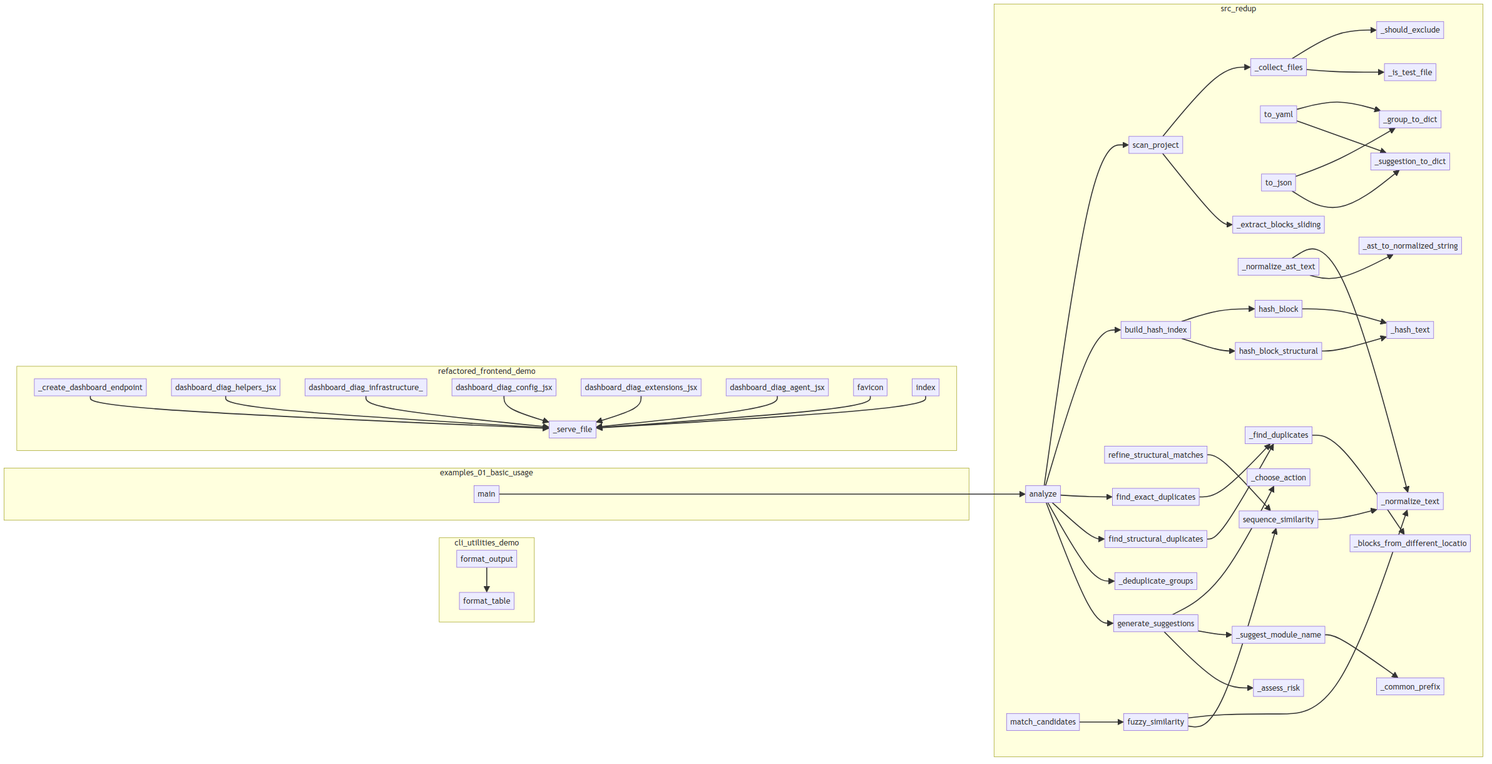
Before: project/calls.png, a diagram exported from Mermaid (semcod/redup). Its source is kept beside it as project/calls.mmd. The source it was exported from:
```mermaid
flowchart LR
    subgraph cli_utilities_demo
        cli_utilities_demo__format_table["format_table"]
        cli_utilities_demo__format_output["format_output"]
    end
    subgraph examples_01_basic_usage
        examples__01_basic_usage__main["main"]
    end
    subgraph refactored_frontend_demo
        refactored_frontend_demo___create_dashboard_endpoi["_create_dashboard_endpoint"]
        refactored_frontend_demo__dashboard_diag_config_js["dashboard_diag_config_jsx"]
        refactored_frontend_demo__dashboard_diag_infrastru["dashboard_diag_infrastructure_"]
        refactored_frontend_demo__dashboard_diag_helpers_j["dashboard_diag_helpers_jsx"]
        refactored_frontend_demo__favicon["favicon"]
        refactored_frontend_demo__dashboard_diag_agent_jsx["dashboard_diag_agent_jsx"]
        refactored_frontend_demo___serve_file["_serve_file"]
        refactored_frontend_demo__index["index"]
        refactored_frontend_demo__dashboard_diag_extension["dashboard_diag_extensions_jsx"]
    end
    subgraph src_redup
        src__find_structural_duplicates["find_structural_duplicates"]
        src__redup__core__hasher__build_hash_index["build_hash_index"]
        src__redup__core__pipeline___deduplicate_groups["_deduplicate_groups"]
        src__redup__core__planner__generate_suggestions["generate_suggestions"]
        src__redup__core__hasher__find_exact_duplicates["find_exact_duplicates"]
        src__redup__core__pipeline__analyze["analyze"]
        src__redup__core__hasher__hash_block["hash_block"]
        src___suggestion_to_dict["_suggestion_to_dict"]
        src__redup__core__scanner___collect_files["_collect_files"]
        src___group_to_dict["_group_to_dict"]
        src__redup__core__planner___choose_action["_choose_action"]
        src__redup__core__planner___assess_risk["_assess_risk"]
        src__redup__reporters__json_reporter__to_json["to_json"]
        src__redup__core__scanner__scan_project["scan_project"]
        src__redup__core__matcher__match_candidates["match_candidates"]
        src__redup__core__planner___suggest_module_name["_suggest_module_name"]
        src__redup__core__hasher__hash_block_structural["hash_block_structural"]
        src__redup__core__hasher___hash_text["_hash_text"]
        src__redup__core__matcher__sequence_similarity["sequence_similarity"]
        src__redup__core__scanner___is_test_file["_is_test_file"]
        src__redup__core__hasher___normalize_text["_normalize_text"]
        src___blocks_from_different_locations["_blocks_from_different_locatio"]
        src__redup__core__scanner___extract_blocks_sliding["_extract_blocks_sliding"]
        src__redup__core__scanner___should_exclude["_should_exclude"]
        src__redup__core__matcher__fuzzy_similarity["fuzzy_similarity"]
        src__redup__core__planner___common_prefix["_common_prefix"]
        src__redup__core__hasher___normalize_ast_text["_normalize_ast_text"]
        src__redup__core__hasher___find_duplicates["_find_duplicates"]
        src__refine_structural_matches["refine_structural_matches"]
        src__redup__reporters__yaml_reporter__to_yaml["to_yaml"]
        src___ast_to_normalized_string["_ast_to_normalized_string"]
    end
    examples__01_basic_usage__main --> src__redup__core__pipeline__analyze
    refactored_frontend_demo___create_dashboard_endpoi --> refactored_frontend_demo___serve_file
    refactored_frontend_demo__dashboard_diag_helpers_j --> refactored_frontend_demo___serve_file
    refactored_frontend_demo__dashboard_diag_infrastru --> refactored_frontend_demo___serve_file
    refactored_frontend_demo__dashboard_diag_config_js --> refactored_frontend_demo___serve_file
    refactored_frontend_demo__dashboard_diag_extension --> refactored_frontend_demo___serve_file
    refactored_frontend_demo__dashboard_diag_agent_jsx --> refactored_frontend_demo___serve_file
    refactored_frontend_demo__favicon --> refactored_frontend_demo___serve_file
    refactored_frontend_demo__index --> refactored_frontend_demo___serve_file
    cli_utilities_demo__format_output --> cli_utilities_demo__format_table
    src__redup__core__planner___suggest_module_name --> src__redup__core__planner___common_prefix
    src__redup__core__planner__generate_suggestions --> src__redup__core__planner___choose_action
    src__redup__core__planner__generate_suggestions --> src__redup__core__planner___suggest_module_name
    src__redup__core__planner__generate_suggestions --> src__redup__core__planner___assess_risk
    src__redup__core__pipeline__analyze --> src__redup__core__scanner__scan_project
    src__redup__core__pipeline__analyze --> src__redup__core__hasher__build_hash_index
    src__redup__core__pipeline__analyze --> src__redup__core__hasher__find_exact_duplicates
    src__redup__core__pipeline__analyze --> src__find_structural_duplicates
    src__redup__core__pipeline__analyze --> src__redup__core__pipeline___deduplicate_groups
    src__redup__core__pipeline__analyze --> src__redup__core__planner__generate_suggestions
    src__redup__reporters__json_reporter__to_json --> src___group_to_dict
    src__redup__reporters__json_reporter__to_json --> src___suggestion_to_dict
    src__redup__reporters__yaml_reporter__to_yaml --> src___group_to_dict
    src__redup__reporters__yaml_reporter__to_yaml --> src___suggestion_to_dict
    src__redup__core__scanner___collect_files --> src__redup__core__scanner___should_exclude
    src__redup__core__scanner___collect_files --> src__redup__core__scanner___is_test_file
    src__redup__core__scanner__scan_project --> src__redup__core__scanner___collect_files
    src__redup__core__scanner__scan_project --> src__redup__core__scanner___extract_blocks_sliding
    src__redup__core__matcher__sequence_similarity --> src__redup__core__hasher___normalize_text
    src__redup__core__matcher__fuzzy_similarity --> src__redup__core__hasher___normalize_text
    src__redup__core__matcher__fuzzy_similarity --> src__redup__core__matcher__sequence_similarity
    src__redup__core__matcher__match_candidates --> src__redup__core__matcher__fuzzy_similarity
    src__refine_structural_matches --> src__redup__core__matcher__sequence_similarity
    src__redup__core__hasher___normalize_ast_text --> src__redup__core__hasher___normalize_text
    src__redup__core__hasher___normalize_ast_text --> src___ast_to_normalized_string
    src__redup__core__hasher__hash_block --> src__redup__core__hasher___hash_text
    src__redup__core__hasher__hash_block_structural --> src__redup__core__hasher___hash_text
    src__redup__core__hasher__build_hash_index --> src__redup__core__hasher__hash_block
    src__redup__core__hasher__build_hash_index --> src__redup__core__hasher__hash_block_structural
    src__redup__core__hasher___find_duplicates --> src___blocks_from_different_locations
    src__redup__core__hasher__find_exact_duplicates --> src__redup__core__hasher___find_duplicates
    src__find_structural_duplicates --> src__redup__core__hasher___find_duplicates
```
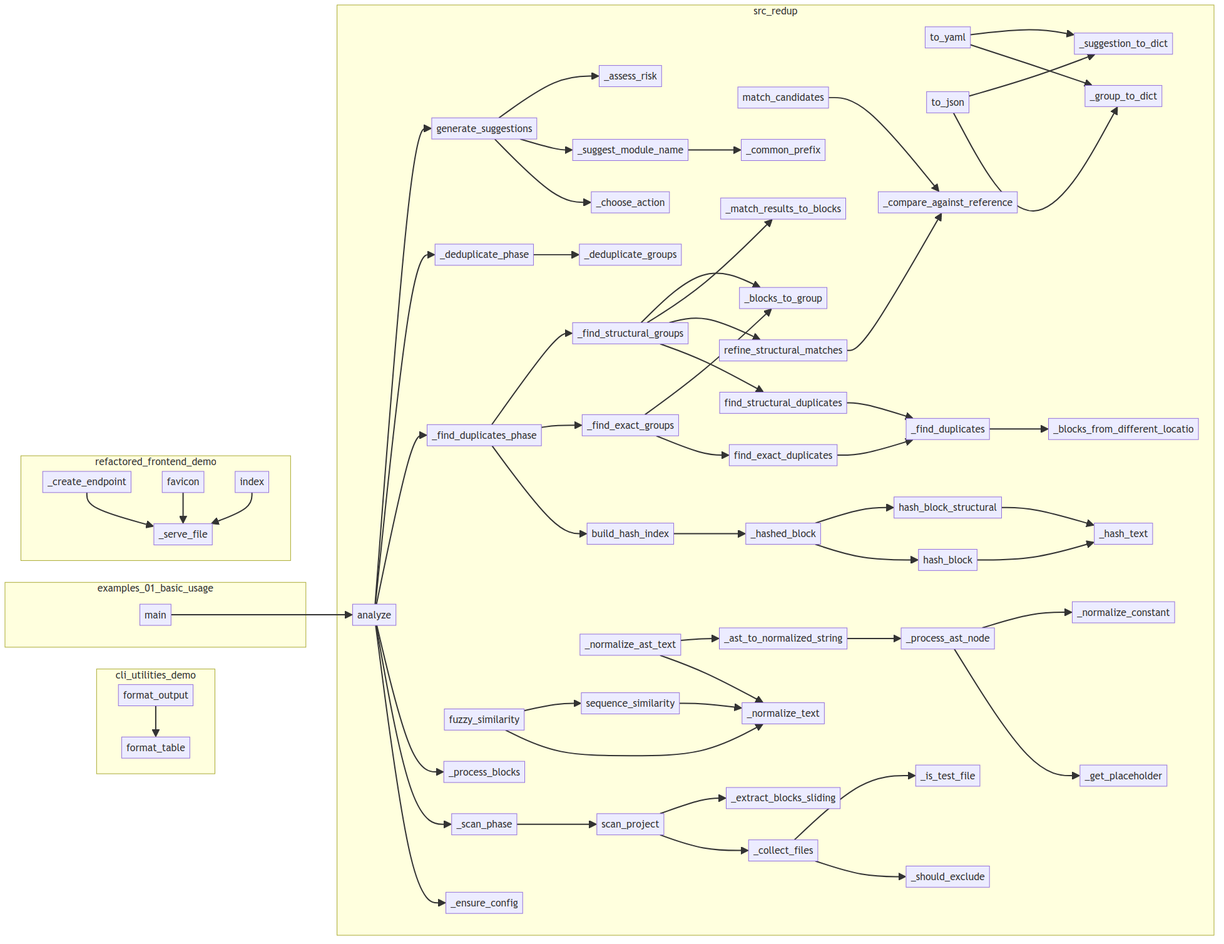
Later version of the same file.

The edit, as a diff of the source:
```diff
@@ -7,56 +7,60 @@
         examples__01_basic_usage__main["main"]
     end
     subgraph refactored_frontend_demo
-        refactored_frontend_demo___create_dashboard_endpoi["_create_dashboard_endpoint"]
-        refactored_frontend_demo__dashboard_diag_config_js["dashboard_diag_config_jsx"]
-        refactored_frontend_demo__dashboard_diag_infrastru["dashboard_diag_infrastructure_"]
-        refactored_frontend_demo__dashboard_diag_helpers_j["dashboard_diag_helpers_jsx"]
-        refactored_frontend_demo__favicon["favicon"]
-        refactored_frontend_demo__dashboard_diag_agent_jsx["dashboard_diag_agent_jsx"]
         refactored_frontend_demo___serve_file["_serve_file"]
         refactored_frontend_demo__index["index"]
-        refactored_frontend_demo__dashboard_diag_extension["dashboard_diag_extensions_jsx"]
+        refactored_frontend_demo__favicon["favicon"]
+        refactored_frontend_demo___create_endpoint["_create_endpoint"]
     end
     subgraph src_redup
-        src__find_structural_duplicates["find_structural_duplicates"]
-        src__redup__core__hasher__build_hash_index["build_hash_index"]
-        src__redup__core__pipeline___deduplicate_groups["_deduplicate_groups"]
-        src__redup__core__planner__generate_suggestions["generate_suggestions"]
-        src__redup__core__hasher__find_exact_duplicates["find_exact_duplicates"]
-        src__redup__core__pipeline__analyze["analyze"]
-        src__redup__core__hasher__hash_block["hash_block"]
-        src___suggestion_to_dict["_suggestion_to_dict"]
-        src__redup__core__scanner___collect_files["_collect_files"]
-        src___group_to_dict["_group_to_dict"]
-        src__redup__core__planner___choose_action["_choose_action"]
-        src__redup__core__planner___assess_risk["_assess_risk"]
-        src__redup__reporters__json_reporter__to_json["to_json"]
-        src__redup__core__scanner__scan_project["scan_project"]
         src__redup__core__matcher__match_candidates["match_candidates"]
         src__redup__core__planner___suggest_module_name["_suggest_module_name"]
+        src___ast_to_normalized_string["_ast_to_normalized_string"]
+        src__redup__core__hasher__build_hash_index["build_hash_index"]
+        src__redup__reporters__yaml_reporter__to_yaml["to_yaml"]
+        src__find_structural_duplicates["find_structural_duplicates"]
+        src__redup__core__pipeline___process_blocks["_process_blocks"]
+        src__redup__reporters__json_reporter__to_json["to_json"]
+        src___compare_against_reference["_compare_against_reference"]
+        src__redup__core__scanner___extract_blocks_sliding["_extract_blocks_sliding"]
+        src__redup__core__hasher___hash_text["_hash_text"]
+        src__redup__core__scanner___is_test_file["_is_test_file"]
+        src__refine_structural_matches["refine_structural_matches"]
+        src__redup__core__hasher__hash_block["hash_block"]
+        src__redup__core__hasher___hashed_block["_hashed_block"]
+        src__redup__core__pipeline__analyze["analyze"]
+        src__redup__core__planner___assess_risk["_assess_risk"]
+        src__redup__core__pipeline___ensure_config["_ensure_config"]
+        src__redup__core__hasher__find_exact_duplicates["find_exact_duplicates"]
+        src__redup__core__matcher__sequence_similarity["sequence_similarity"]
+        src___blocks_from_different_locations["_blocks_from_different_locatio"]
+        src__redup__core__pipeline___find_exact_groups["_find_exact_groups"]
+        src__redup__core__pipeline___blocks_to_group["_blocks_to_group"]
         src__redup__core__hasher__hash_block_structural["hash_block_structural"]
-        src__redup__core__hasher___hash_text["_hash_text"]
-        src__redup__core__matcher__sequence_similarity["sequence_similarity"]
-        src__redup__core__scanner___is_test_file["_is_test_file"]
+        src__redup__core__scanner__scan_project["scan_project"]
+        src___group_to_dict["_group_to_dict"]
+        src__redup__core__hasher___process_ast_node["_process_ast_node"]
+        src__redup__core__pipeline___find_duplicates_phase["_find_duplicates_phase"]
+        src__redup__core__matcher__fuzzy_similarity["fuzzy_similarity"]
+        src__redup__core__hasher___find_duplicates["_find_duplicates"]
+        src__redup__core__planner___choose_action["_choose_action"]
+        src__redup__core__planner___common_prefix["_common_prefix"]
+        src__redup__core__scanner___should_exclude["_should_exclude"]
+        src__redup__core__hasher___normalize_constant["_normalize_constant"]
+        src__redup__core__pipeline___scan_phase["_scan_phase"]
+        src__redup__core__pipeline___deduplicate_phase["_deduplicate_phase"]
+        src__redup__core__planner__generate_suggestions["generate_suggestions"]
+        src__redup__core__scanner___collect_files["_collect_files"]
+        src__redup__core__hasher___normalize_ast_text["_normalize_ast_text"]
+        src__redup__core__hasher___get_placeholder["_get_placeholder"]
+        src___match_results_to_blocks["_match_results_to_blocks"]
+        src__redup__core__pipeline___deduplicate_groups["_deduplicate_groups"]
+        src___suggestion_to_dict["_suggestion_to_dict"]
+        src___find_structural_groups["_find_structural_groups"]
         src__redup__core__hasher___normalize_text["_normalize_text"]
-        src___blocks_from_different_locations["_blocks_from_different_locatio"]
-        src__redup__core__scanner___extract_blocks_sliding["_extract_blocks_sliding"]
-        src__redup__core__scanner___should_exclude["_should_exclude"]
-        src__redup__core__matcher__fuzzy_similarity["fuzzy_similarity"]
-        src__redup__core__planner___common_prefix["_common_prefix"]
-        src__redup__core__hasher___normalize_ast_text["_normalize_ast_text"]
-        src__redup__core__hasher___find_duplicates["_find_duplicates"]
-        src__refine_structural_matches["refine_structural_matches"]
-        src__redup__reporters__yaml_reporter__to_yaml["to_yaml"]
-        src___ast_to_normalized_string["_ast_to_normalized_string"]
     end
     examples__01_basic_usage__main --> src__redup__core__pipeline__analyze
-    refactored_frontend_demo___create_dashboard_endpoi --> refactored_frontend_demo___serve_file
-    refactored_frontend_demo__dashboard_diag_helpers_j --> refactored_frontend_demo___serve_file
-    refactored_frontend_demo__dashboard_diag_infrastru --> refactored_frontend_demo___serve_file
-    refactored_frontend_demo__dashboard_diag_config_js --> refactored_frontend_demo___serve_file
-    refactored_frontend_demo__dashboard_diag_extension --> refactored_frontend_demo___serve_file
-    refactored_frontend_demo__dashboard_diag_agent_jsx --> refactored_frontend_demo___serve_file
+    refactored_frontend_demo___create_endpoint --> refactored_frontend_demo___serve_file
     refactored_frontend_demo__favicon --> refactored_frontend_demo___serve_file
     refactored_frontend_demo__index --> refactored_frontend_demo___serve_file
     cli_utilities_demo__format_output --> cli_utilities_demo__format_table
@@ -64,31 +68,46 @@
     src__redup__core__planner__generate_suggestions --> src__redup__core__planner___choose_action
     src__redup__core__planner__generate_suggestions --> src__redup__core__planner___suggest_module_name
     src__redup__core__planner__generate_suggestions --> src__redup__core__planner___assess_risk
-    src__redup__core__pipeline__analyze --> src__redup__core__scanner__scan_project
-    src__redup__core__pipeline__analyze --> src__redup__core__hasher__build_hash_index
-    src__redup__core__pipeline__analyze --> src__redup__core__hasher__find_exact_duplicates
-    src__redup__core__pipeline__analyze --> src__find_structural_duplicates
-    src__redup__core__pipeline__analyze --> src__redup__core__pipeline___deduplicate_groups
-    src__redup__core__pipeline__analyze --> src__redup__core__planner__generate_suggestions
+    src__redup__core__scanner___collect_files --> src__redup__core__scanner___should_exclude
+    src__redup__core__scanner___collect_files --> src__redup__core__scanner___is_test_file
+    src__redup__core__scanner__scan_project --> src__redup__core__scanner___collect_files
+    src__redup__core__scanner__scan_project --> src__redup__core__scanner___extract_blocks_sliding
     src__redup__reporters__json_reporter__to_json --> src___group_to_dict
     src__redup__reporters__json_reporter__to_json --> src___suggestion_to_dict
     src__redup__reporters__yaml_reporter__to_yaml --> src___group_to_dict
     src__redup__reporters__yaml_reporter__to_yaml --> src___suggestion_to_dict
-    src__redup__core__scanner___collect_files --> src__redup__core__scanner___should_exclude
-    src__redup__core__scanner___collect_files --> src__redup__core__scanner___is_test_file
-    src__redup__core__scanner__scan_project --> src__redup__core__scanner___collect_files
-    src__redup__core__scanner__scan_project --> src__redup__core__scanner___extract_blocks_sliding
     src__redup__core__matcher__sequence_similarity --> src__redup__core__hasher___normalize_text
     src__redup__core__matcher__fuzzy_similarity --> src__redup__core__hasher___normalize_text
     src__redup__core__matcher__fuzzy_similarity --> src__redup__core__matcher__sequence_similarity
-    src__redup__core__matcher__match_candidates --> src__redup__core__matcher__fuzzy_similarity
-    src__refine_structural_matches --> src__redup__core__matcher__sequence_similarity
+    src__redup__core__matcher__match_candidates --> src___compare_against_reference
+    src__refine_structural_matches --> src___compare_against_reference
     src__redup__core__hasher___normalize_ast_text --> src__redup__core__hasher___normalize_text
     src__redup__core__hasher___normalize_ast_text --> src___ast_to_normalized_string
+    src___ast_to_normalized_string --> src__redup__core__hasher___process_ast_node
+    src__redup__core__hasher___process_ast_node --> src__redup__core__hasher___get_placeholder
+    src__redup__core__hasher___process_ast_node --> src__redup__core__hasher___normalize_constant
     src__redup__core__hasher__hash_block --> src__redup__core__hasher___hash_text
     src__redup__core__hasher__hash_block_structural --> src__redup__core__hasher___hash_text
-    src__redup__core__hasher__build_hash_index --> src__redup__core__hasher__hash_block
-    src__redup__core__hasher__build_hash_index --> src__redup__core__hasher__hash_block_structural
+    src__redup__core__hasher___hashed_block --> src__redup__core__hasher__hash_block
+    src__redup__core__hasher___hashed_block --> src__redup__core__hasher__hash_block_structural
+    src__redup__core__hasher__build_hash_index --> src__redup__core__hasher___hashed_block
     src__redup__core__hasher___find_duplicates --> src___blocks_from_different_locations
     src__redup__core__hasher__find_exact_duplicates --> src__redup__core__hasher___find_duplicates
     src__find_structural_duplicates --> src__redup__core__hasher___find_duplicates
+    src__redup__core__pipeline__analyze --> src__redup__core__pipeline___ensure_config
+    src__redup__core__pipeline__analyze --> src__redup__core__pipeline___scan_phase
+    src__redup__core__pipeline__analyze --> src__redup__core__pipeline___process_blocks
+    src__redup__core__pipeline__analyze --> src__redup__core__pipeline___find_duplicates_phase
+    src__redup__core__pipeline__analyze --> src__redup__core__pipeline___deduplicate_phase
+    src__redup__core__pipeline__analyze --> src__redup__core__planner__generate_suggestions
+    src__redup__core__pipeline___scan_phase --> src__redup__core__scanner__scan_project
+    src__redup__core__pipeline___find_duplicates_phase --> src__redup__core__hasher__build_hash_index
+    src__redup__core__pipeline___find_duplicates_phase --> src__redup__core__pipeline___find_exact_groups
+    src__redup__core__pipeline___find_duplicates_phase --> src___find_structural_groups
+    src__redup__core__pipeline___find_exact_groups --> src__redup__core__hasher__find_exact_duplicates
+    src__redup__core__pipeline___find_exact_groups --> src__redup__core__pipeline___blocks_to_group
+    src___find_structural_groups --> src__find_structural_duplicates
+    src___find_structural_groups --> src__refine_structural_matches
+    src___find_structural_groups --> src___match_results_to_blocks
+    src___find_structural_groups --> src__redup__core__pipeline___blocks_to_group
+    src__redup__core__pipeline___deduplicate_phase --> src__redup__core__pipeline___deduplicate_groups
```
